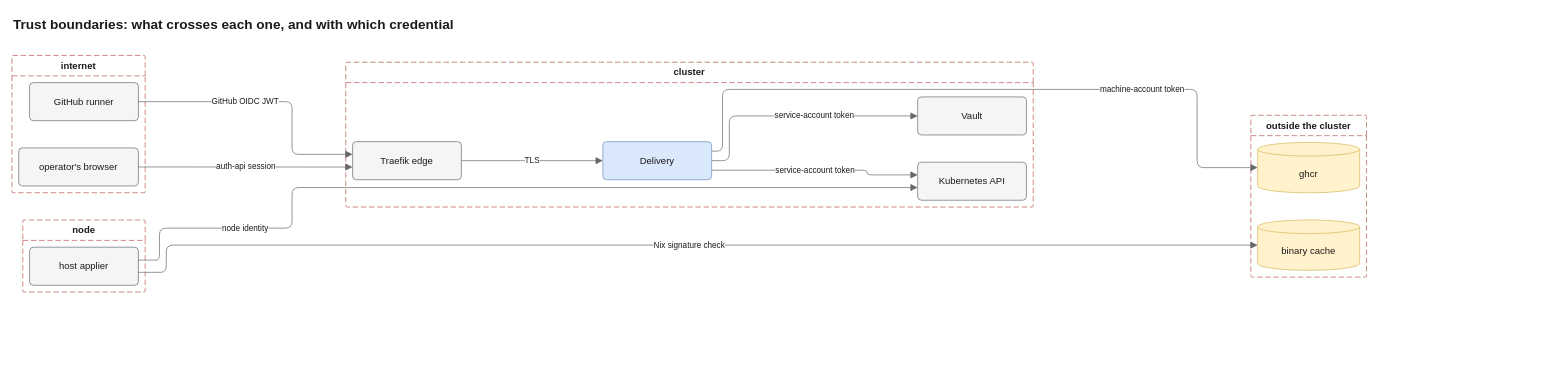
Before: docs/diagrams/src/trust-boundaries.drawio in JorisJonkers-dev/estate-kit, a draw.io diagram. Source tidied: cells renumbered, new cells numbered last; positions are measured from the earlier drawing's top-left corner, leaving out a move shared by most shapes. Both pictures are drawn from the tidied source at 68%, with x=0, y=0 at pixel (12, 12).
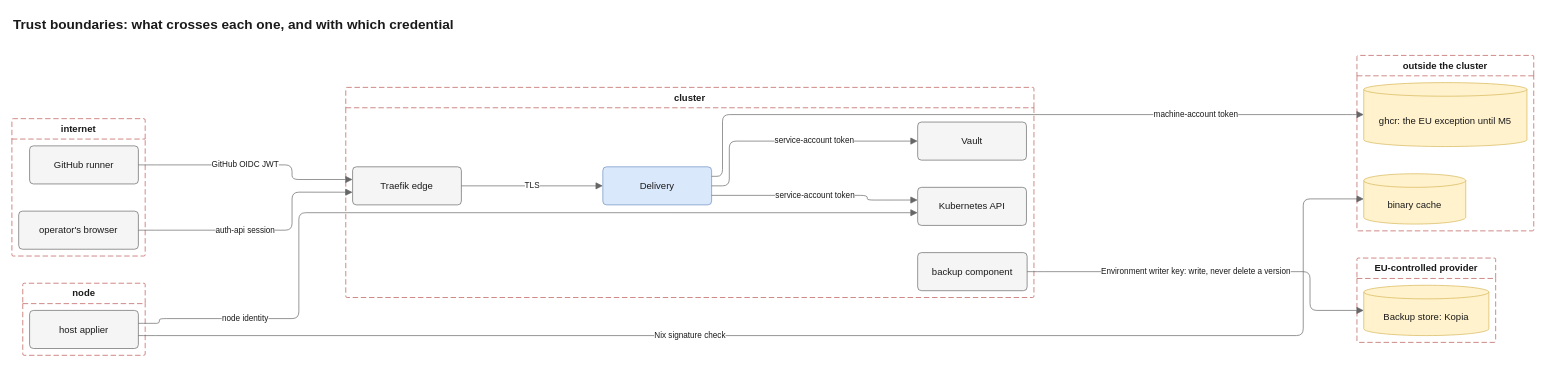
After the change.

The change refers to these unchanged cells:
```xml
<mxCell id="3" value="GitHub runner" style="rounded=1;arcSize=10;html=1;whiteSpace=wrap;fontSize=14;fontColor=light-dark(#1a1a1a,#e8e8e8);fillColor=light-dark(#f5f5f5,#2b2b2b);strokeColor=light-dark(#666666,#a8a8a8);fontFamily=Helvetica;" parent="2" vertex="1">
  <mxGeometry x="26" y="40" width="160" height="56" as="geometry" />
</mxCell>
<mxCell id="4" value="operator's browser" style="rounded=1;arcSize=10;html=1;whiteSpace=wrap;fontSize=14;fontColor=light-dark(#1a1a1a,#e8e8e8);fillColor=light-dark(#f5f5f5,#2b2b2b);strokeColor=light-dark(#666666,#a8a8a8);fontFamily=Helvetica;" parent="2" vertex="1">
  <mxGeometry x="10" y="136" width="176" height="56" as="geometry" />
</mxCell>
<mxCell id="6" value="Traefik edge" style="rounded=1;arcSize=10;html=1;whiteSpace=wrap;fontSize=14;fontColor=light-dark(#1a1a1a,#e8e8e8);fillColor=light-dark(#f5f5f5,#2b2b2b);strokeColor=light-dark(#666666,#a8a8a8);fontFamily=Helvetica;" parent="5" vertex="1">
  <mxGeometry x="10" y="116.8" width="160" height="56" as="geometry" />
</mxCell>
<mxCell id="7" value="Delivery" style="rounded=1;arcSize=10;html=1;whiteSpace=wrap;fontSize=14;fontColor=light-dark(#1a1a1a,#e8e8e8);fillColor=light-dark(#dae8fc,#1f3a5f);strokeColor=light-dark(#6c8ebf,#7aa7e0);fontFamily=Helvetica;" parent="5" vertex="1">
  <mxGeometry x="378" y="116.8" width="160" height="56" as="geometry" />
</mxCell>
<mxCell id="9" value="Kubernetes API" style="rounded=1;arcSize=10;html=1;whiteSpace=wrap;fontSize=14;fontColor=light-dark(#1a1a1a,#e8e8e8);fillColor=light-dark(#f5f5f5,#2b2b2b);strokeColor=light-dark(#666666,#a8a8a8);fontFamily=Helvetica;" parent="5" vertex="1">
  <mxGeometry x="841" y="147" width="160" height="56" as="geometry" />
</mxCell>
<mxCell id="14" value="host applier" style="rounded=1;arcSize=10;html=1;whiteSpace=wrap;fontSize=14;fontColor=light-dark(#1a1a1a,#e8e8e8);fillColor=light-dark(#f5f5f5,#2b2b2b);strokeColor=light-dark(#666666,#a8a8a8);fontFamily=Helvetica;" parent="13" vertex="1">
  <mxGeometry x="10" y="40" width="160" height="56" as="geometry" />
</mxCell>
```

Change to the diagram source:
```diff
@@
     <mxCell id="2" value="internet" style="swimlane;startSize=30;rounded=1;arcSize=4;absoluteArcSize=1;dashed=1;dashPattern=8 4;html=1;whiteSpace=wrap;fontSize=14;fontColor=light-dark(#1a1a1a,#e8e8e8);fontStyle=1;fillColor=none;swimlaneFillColor=none;strokeColor=light-dark(#b85450,#d47a7a);fontFamily=Helvetica;" parent="1" vertex="1">
-      <mxGeometry y="64" width="196" height="202" as="geometry" />
+      <mxGeometry y="157" width="196" height="202" as="geometry" />
     </mxCell>
@@
     <mxCell id="5" value="cluster" style="swimlane;startSize=30;rounded=1;arcSize=4;absoluteArcSize=1;dashed=1;dashPattern=8 4;html=1;whiteSpace=wrap;fontSize=14;fontColor=light-dark(#1a1a1a,#e8e8e8);fontStyle=1;fillColor=none;swimlaneFillColor=none;strokeColor=light-dark(#b85450,#d47a7a);fontFamily=Helvetica;" parent="1" vertex="1">
-      <mxGeometry x="491" y="74" width="1011" height="213" as="geometry" />
+      <mxGeometry x="491" y="111" width="1012" height="309" as="geometry" />
     </mxCell>
@@
+    <mxCell id="24" value="backup component" style="rounded=1;arcSize=10;html=1;whiteSpace=wrap;fontSize=14;fontColor=light-dark(#1a1a1a,#e8e8e8);fillColor=light-dark(#f5f5f5,#2b2b2b);strokeColor=light-dark(#666666,#a8a8a8);fontFamily=Helvetica;" parent="5" vertex="1">
+      <mxGeometry x="841" y="243" width="161" height="56" as="geometry" />
+    </mxCell>
@@
     <mxCell id="13" value="node" style="swimlane;startSize=30;rounded=1;arcSize=4;absoluteArcSize=1;dashed=1;dashPattern=8 4;html=1;whiteSpace=wrap;fontSize=14;fontColor=light-dark(#1a1a1a,#e8e8e8);fontStyle=1;fillColor=none;swimlaneFillColor=none;strokeColor=light-dark(#b85450,#d47a7a);fontFamily=Helvetica;" parent="1" vertex="1">
-      <mxGeometry x="16" y="306" width="180" height="106" as="geometry" />
+      <mxGeometry x="16" y="399" width="180" height="106" as="geometry" />
     </mxCell>
@@
     <mxCell id="15" value="outside the cluster" style="swimlane;startSize=30;rounded=1;arcSize=4;absoluteArcSize=1;dashed=1;dashPattern=8 4;html=1;whiteSpace=wrap;fontSize=14;fontColor=light-dark(#1a1a1a,#e8e8e8);fontStyle=1;fillColor=none;swimlaneFillColor=none;strokeColor=light-dark(#b85450,#d47a7a);fontFamily=Helvetica;" parent="1" vertex="1">
-      <mxGeometry x="1822" y="152" width="170" height="238" as="geometry" />
+      <mxGeometry x="1978" y="64" width="260" height="258" as="geometry" />
     </mxCell>
-    <mxCell id="16" value="ghcr" style="shape=cylinder3;size=10;boundedLbl=1;backgroundOutline=1;html=1;whiteSpace=wrap;fontSize=14;fontColor=light-dark(#1a1a1a,#e8e8e8);fillColor=light-dark(#fff2cc,#3a3220);strokeColor=light-dark(#d6b656,#c9a74a);fontFamily=Helvetica;" parent="15" vertex="1">
-      <mxGeometry x="10" y="40" width="150" height="74" as="geometry" />
+    <mxCell id="16" value="ghcr: the EU exception until M5" style="shape=cylinder3;size=10;boundedLbl=1;backgroundOutline=1;html=1;whiteSpace=wrap;fontSize=14;fontColor=light-dark(#1a1a1a,#e8e8e8);fillColor=light-dark(#fff2cc,#3a3220);strokeColor=light-dark(#d6b656,#c9a74a);fontFamily=Helvetica;" parent="15" vertex="1">
+      <mxGeometry x="10" y="40" width="240" height="94" as="geometry" />
     </mxCell>
     <mxCell id="17" value="binary cache" style="shape=cylinder3;size=10;boundedLbl=1;backgroundOutline=1;html=1;whiteSpace=wrap;fontSize=14;fontColor=light-dark(#1a1a1a,#e8e8e8);fillColor=light-dark(#fff2cc,#3a3220);strokeColor=light-dark(#d6b656,#c9a74a);fontFamily=Helvetica;" parent="15" vertex="1">
-      <mxGeometry x="10" y="154" width="150" height="74" as="geometry" />
+      <mxGeometry x="10" y="174" width="150" height="74" as="geometry" />
     </mxCell>
+    <mxCell id="25" value="EU-controlled provider" style="swimlane;startSize=30;rounded=1;arcSize=4;absoluteArcSize=1;dashed=1;dashPattern=8 4;html=1;whiteSpace=wrap;fontSize=14;fontColor=light-dark(#1a1a1a,#e8e8e8);fontStyle=1;fillColor=none;swimlaneFillColor=none;strokeColor=light-dark(#b85450,#d47a7a);fontFamily=Helvetica;" parent="1" vertex="1">
+      <mxGeometry x="1978" y="362" width="204" height="124" as="geometry" />
+    </mxCell>
+    <mxCell id="26" value="Backup store: Kopia" style="shape=cylinder3;size=10;boundedLbl=1;backgroundOutline=1;html=1;whiteSpace=wrap;fontSize=14;fontColor=light-dark(#1a1a1a,#e8e8e8);fillColor=light-dark(#fff2cc,#3a3220);strokeColor=light-dark(#d6b656,#c9a74a);fontFamily=Helvetica;" parent="25" vertex="1">
+      <mxGeometry x="10" y="40" width="184" height="74" as="geometry" />
+    </mxCell>
     <mxCell id="18" value="GitHub OIDC JWT" style="html=1;rounded=1;fontSize=14;fontSize=12;fontColor=light-dark(#1a1a1a,#e8e8e8);strokeColor=light-dark(#666666,#a8a8a8);endArrow=block;endFill=1;endSize=8;curved=0;exitX=1;exitY=0.5;entryX=0;entryY=0.3334;edgeStyle=orthogonalEdgeStyle;fontFamily=Helvetica;labelBackgroundColor=light-dark(#ffffff,#1e1e1e);" parent="1" edge="1" source="3" target="6">
       <mxGeometry relative="1" as="geometry">
         <Array as="points">
-          <mxPoint x="201" y="132" />
-          <mxPoint x="412" y="132" />
-          <mxPoint x="412" y="210" />
-          <mxPoint x="486" y="209.5" />
+          <mxPoint x="201" y="225" />
+          <mxPoint x="412" y="225" />
+          <mxPoint x="412" y="247" />
+          <mxPoint x="486" y="246.5" />
         </Array>
-        <mxPoint x="-39" as="offset" />
+        <mxPoint x="-11" as="offset" />
       </mxGeometry>
     </mxCell>
     <mxCell id="19" value="auth-api session" style="html=1;rounded=1;fontSize=14;fontSize=12;fontColor=light-dark(#1a1a1a,#e8e8e8);strokeColor=light-dark(#666666,#a8a8a8);endArrow=block;endFill=1;endSize=8;curved=0;exitX=1;exitY=0.5;entryX=0;entryY=0.6668;edgeStyle=orthogonalEdgeStyle;fontFamily=Helvetica;labelBackgroundColor=light-dark(#ffffff,#1e1e1e);" parent="1" edge="1" source="4" target="6">
       <mxGeometry relative="1" as="geometry">
         <Array as="points">
-          <mxPoint x="201" y="228" />
-          <mxPoint x="486" y="228.2" />
+          <mxPoint x="201" y="321" />
+          <mxPoint x="412" y="321" />
+          <mxPoint x="412" y="265" />
+          <mxPoint x="486" y="265.2" />
         </Array>
+        <mxPoint x="-28" as="offset" />
       </mxGeometry>
     </mxCell>
     <mxCell id="20" value="machine-account token" style="html=1;rounded=1;fontSize=14;fontSize=12;fontColor=light-dark(#1a1a1a,#e8e8e8);strokeColor=light-dark(#666666,#a8a8a8);endArrow=block;endFill=1;endSize=8;curved=0;exitX=1;exitY=0.25;entryX=0;entryY=0.5;edgeStyle=orthogonalEdgeStyle;fontFamily=Helvetica;labelBackgroundColor=light-dark(#ffffff,#1e1e1e);" parent="1" edge="1" source="7" target="16">
       <mxGeometry relative="1" as="geometry">
         <Array as="points">
-          <mxPoint x="1045" y="204.8" />
-          <mxPoint x="1045" y="114" />
-          <mxPoint x="1743" y="114" />
-          <mxPoint x="1743" y="229" />
-          <mxPoint x="1817" y="229" />
+          <mxPoint x="1045" y="241.8" />
+          <mxPoint x="1045" y="151" />
+          <mxPoint x="1973" y="151" />
         </Array>
-        <mxPoint x="219.4" as="offset" />
+        <mxPoint x="277.4" as="offset" />
       </mxGeometry>
     </mxCell>
-    <mxCell id="21" value="node identity" style="html=1;rounded=1;fontSize=14;fontSize=12;fontColor=light-dark(#1a1a1a,#e8e8e8);strokeColor=light-dark(#666666,#a8a8a8);endArrow=block;endFill=1;endSize=8;curved=0;exitX=1;exitY=0.3393;entryX=0;entryY=0.6666;edgeStyle=orthogonalEdgeStyle;fontFamily=Helvetica;labelBackgroundColor=light-dark(#ffffff,#1e1e1e);" parent="1" edge="1" source="14" target="9">
+    <mxCell id="21" value="Environment writer key: write, never delete a version" style="html=1;rounded=1;fontSize=14;fontSize=12;fontColor=light-dark(#1a1a1a,#e8e8e8);strokeColor=light-dark(#666666,#a8a8a8);endArrow=block;endFill=1;endSize=8;curved=0;exitX=1;exitY=0.5;entryX=0;entryY=0.5;edgeStyle=orthogonalEdgeStyle;fontFamily=Helvetica;labelBackgroundColor=light-dark(#ffffff,#1e1e1e);" parent="1" edge="1" source="24" target="26">
       <mxGeometry relative="1" as="geometry">
         <Array as="points">
-          <mxPoint x="201" y="365" />
-          <mxPoint x="217" y="365" />
-          <mxPoint x="217" y="318" />
-          <mxPoint x="412" y="318" />
-          <mxPoint x="412" y="258" />
-          <mxPoint x="486" y="258.3" />
+          <mxPoint x="1508" y="382" />
+          <mxPoint x="1909" y="382" />
+          <mxPoint x="1909" y="439" />
+          <mxPoint x="1973" y="439" />
         </Array>
-        <mxPoint x="-362" y="59.7" as="offset" />
+        <mxPoint x="-28.5" as="offset" />
       </mxGeometry>
     </mxCell>
-    <mxCell id="22" value="Nix signature check" style="html=1;rounded=1;fontSize=14;fontSize=12;fontColor=light-dark(#1a1a1a,#e8e8e8);strokeColor=light-dark(#666666,#a8a8a8);endArrow=block;endFill=1;endSize=8;curved=0;exitX=1;exitY=0.6607;entryX=0;entryY=0.5;edgeStyle=orthogonalEdgeStyle;fontFamily=Helvetica;labelBackgroundColor=light-dark(#ffffff,#1e1e1e);" parent="1" edge="1" source="14" target="17">
+    <mxCell id="22" value="node identity" style="html=1;rounded=1;fontSize=14;fontSize=12;fontColor=light-dark(#1a1a1a,#e8e8e8);strokeColor=light-dark(#666666,#a8a8a8);endArrow=block;endFill=1;endSize=8;curved=0;exitX=1;exitY=0.3393;entryX=0;entryY=0.6666;edgeStyle=orthogonalEdgeStyle;fontFamily=Helvetica;labelBackgroundColor=light-dark(#ffffff,#1e1e1e);" parent="1" edge="1" source="14" target="9">
       <mxGeometry relative="1" as="geometry">
         <Array as="points">
-          <mxPoint x="201" y="383" />
-          <mxPoint x="227" y="383" />
-          <mxPoint x="227" y="343" />
-          <mxPoint x="1817" y="343" />
+          <mxPoint x="201" y="458" />
+          <mxPoint x="217" y="458" />
+          <mxPoint x="217" y="451" />
+          <mxPoint x="422" y="451" />
+          <mxPoint x="422" y="295" />
+          <mxPoint x="486" y="295.3" />
         </Array>
-        <mxPoint x="7.5" as="offset" />
+        <mxPoint x="-334" y="155.7" as="offset" />
       </mxGeometry>
     </mxCell>
+    <mxCell id="27" value="Nix signature check" style="html=1;rounded=1;fontSize=14;fontSize=12;fontColor=light-dark(#1a1a1a,#e8e8e8);strokeColor=light-dark(#666666,#a8a8a8);endArrow=block;endFill=1;endSize=8;curved=0;exitX=1;exitY=0.6607;entryX=0;entryY=0.5;edgeStyle=orthogonalEdgeStyle;fontFamily=Helvetica;labelBackgroundColor=light-dark(#ffffff,#1e1e1e);" parent="1" edge="1" source="14" target="17">
+      <mxGeometry relative="1" as="geometry">
+        <Array as="points">
+          <mxPoint x="201" y="476" />
+          <mxPoint x="1899" y="476" />
+          <mxPoint x="1899" y="275" />
+          <mxPoint x="1973" y="275" />
+        </Array>
+        <mxPoint x="-190.5" as="offset" />
+      </mxGeometry>
+    </mxCell>
     <mxCell id="23" value="Trust boundaries: what crosses each one, and with which credential" style="text;html=1;whiteSpace=wrap;align=left;verticalAlign=middle;fontSize=20;fontStyle=1;fontColor=light-dark(#1a1a1a,#e8e8e8);fontFamily=Helvetica;" parent="1" vertex="1">
-      <mxGeometry width="1992" height="36" as="geometry" />
+      <mxGeometry width="2238" height="36" as="geometry" />
     </mxCell>
```
